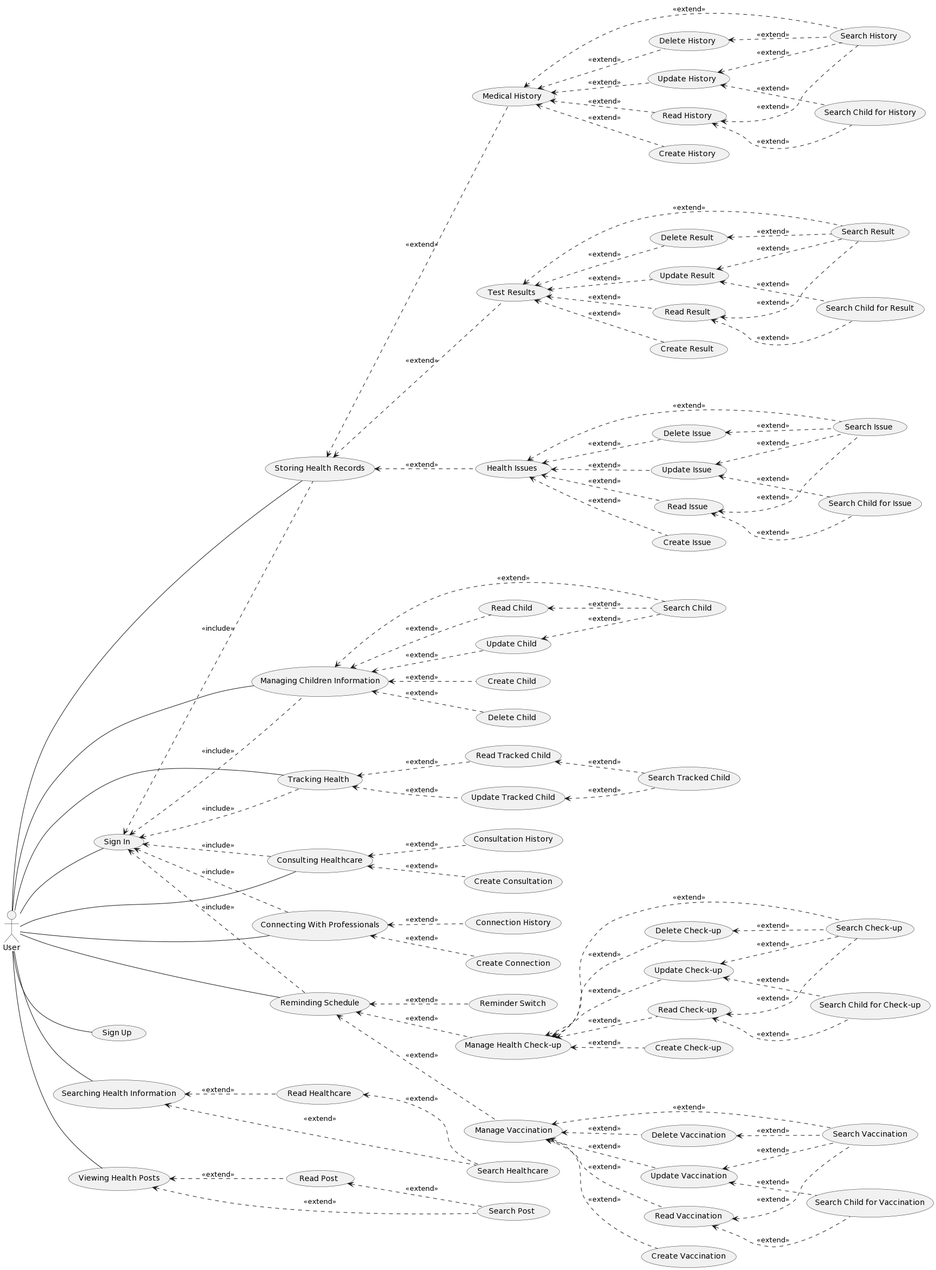
This is Lab 1/Lab 1.2/usecase/use_case.png from quangnk97/SE357-Pratice-class, a PlantUML export, as it was before one commit.
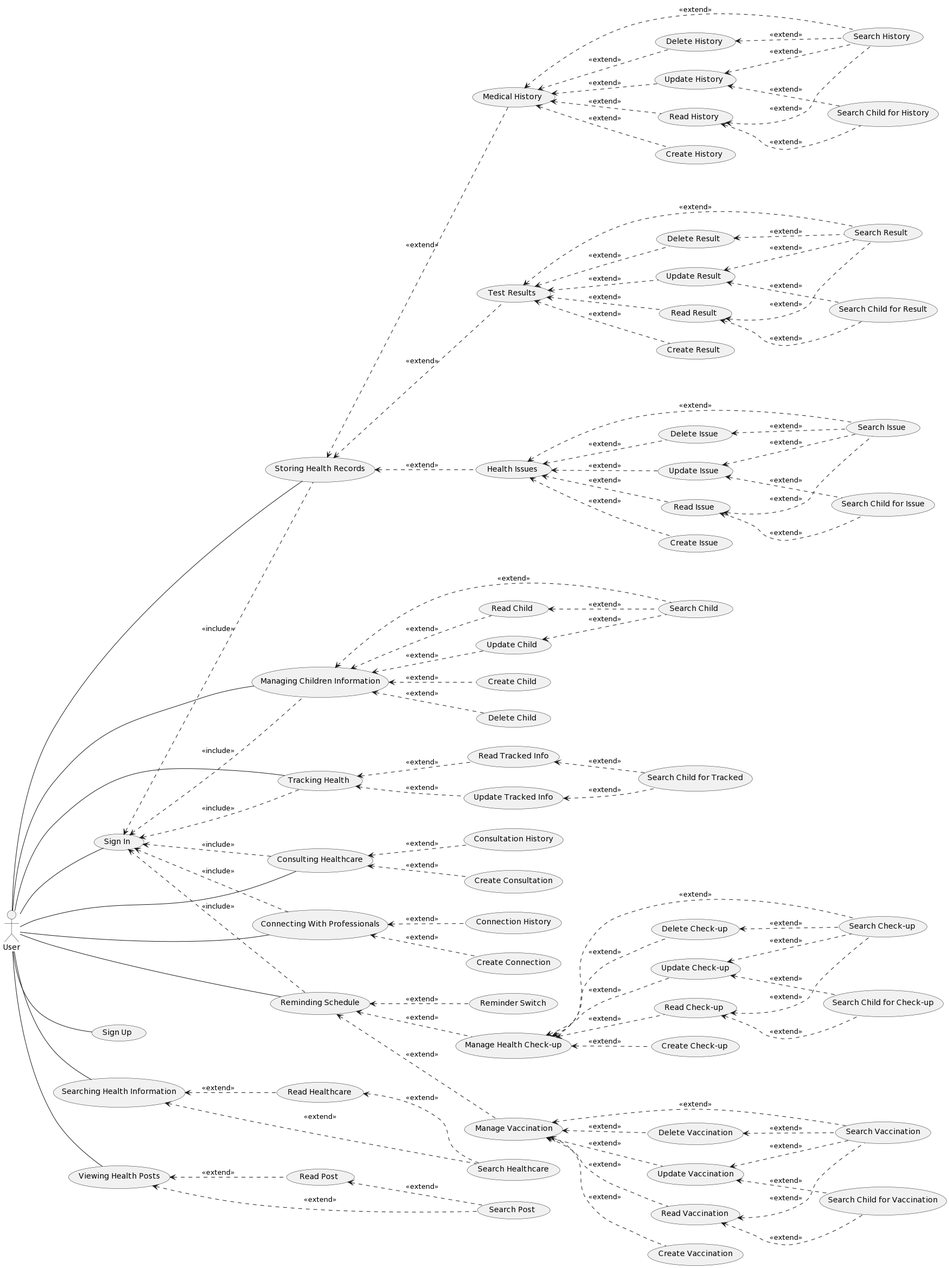
The same file after the commit.

The edit, as a diff of the source:
```diff
@@ -42,10 +42,10 @@
 (Update Child) <.. (Search Child) : <<extend>>
 (UC4) <.. (Delete Child) : <<extend>>
 
-(UC5) <.. (Read Tracked Child) : <<extend>>
-(Read Tracked Child) <.. (Search Tracked Child) : <<extend>>
-(UC5) <.. (Update Tracked Child) : <<extend>>
-(Update Tracked Child) <.. (Search Tracked Child) : <<extend>>
+(UC5) <.. (Read Tracked Info) : <<extend>>
+(Read Tracked Info) <.. (Search Child for Tracked) : <<extend>>
+(UC5) <.. (Update Tracked Info) : <<extend>>
+(Update Tracked Info) <.. (Search Child for Tracked) : <<extend>>
 
 (UC6) <.. (Medical History) : <<extend>>
 (UC6) <.. (Test Results) : <<extend>>
```
